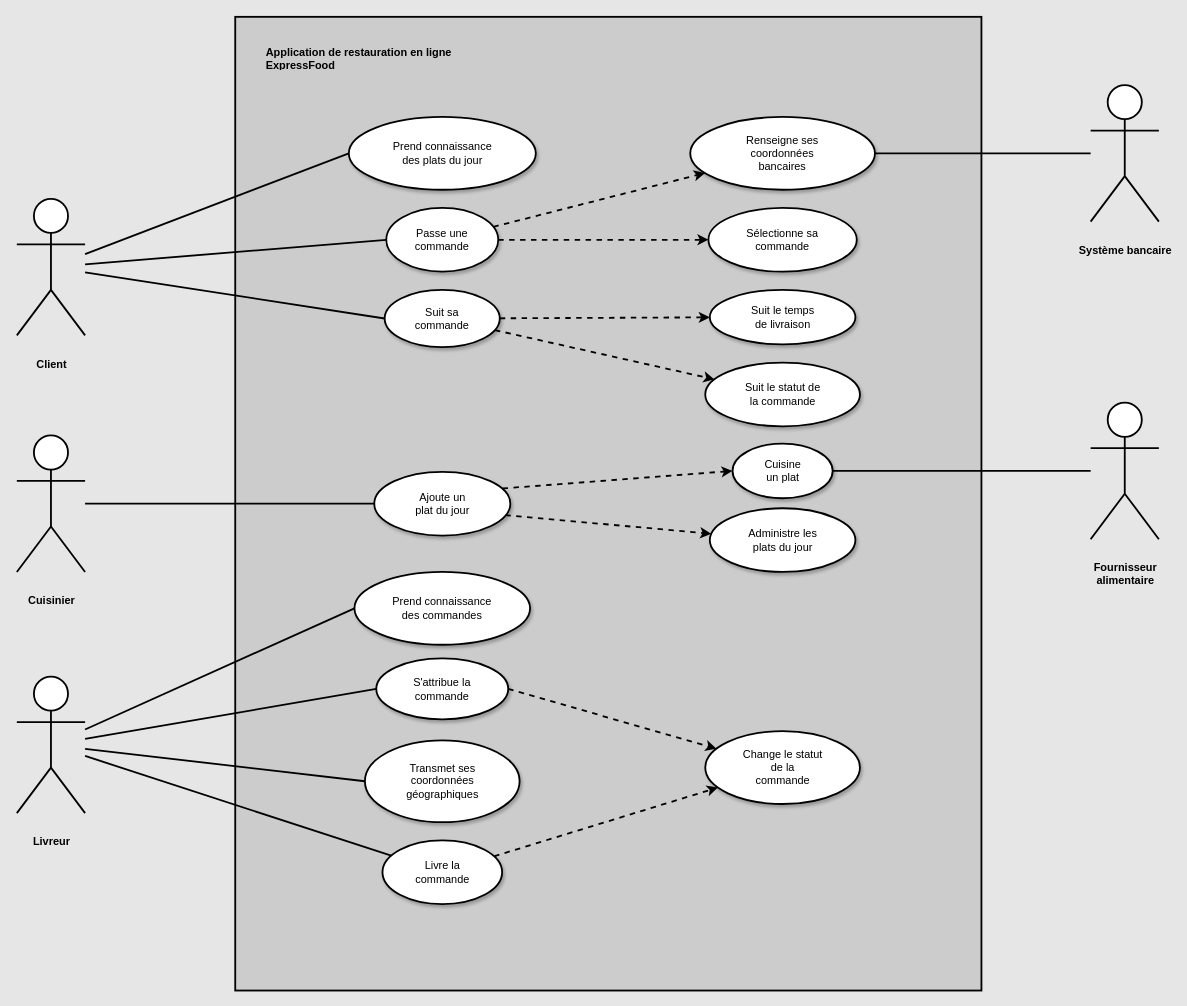
Earlier version of the draw.io diagram page "Diagramme de cas d'utilisation - Création d’une commande" (2 of 8) of P4_jourde_florian/P4_01_schémaUML/ExpressFood - Domain Driven Design.drawio (FlorianJourde/OpenClassrooms-3-Design-the-technical-solution-for-an-online-restaurant-application-ExpressFood). Source tidied: cells renumbered, new cells numbered last; positions are measured from the earlier drawing's top-left corner, leaving out a move shared by most shapes. Both pictures are drawn from the tidied source at 91%, with x=0, y=0 at pixel (16, 16).
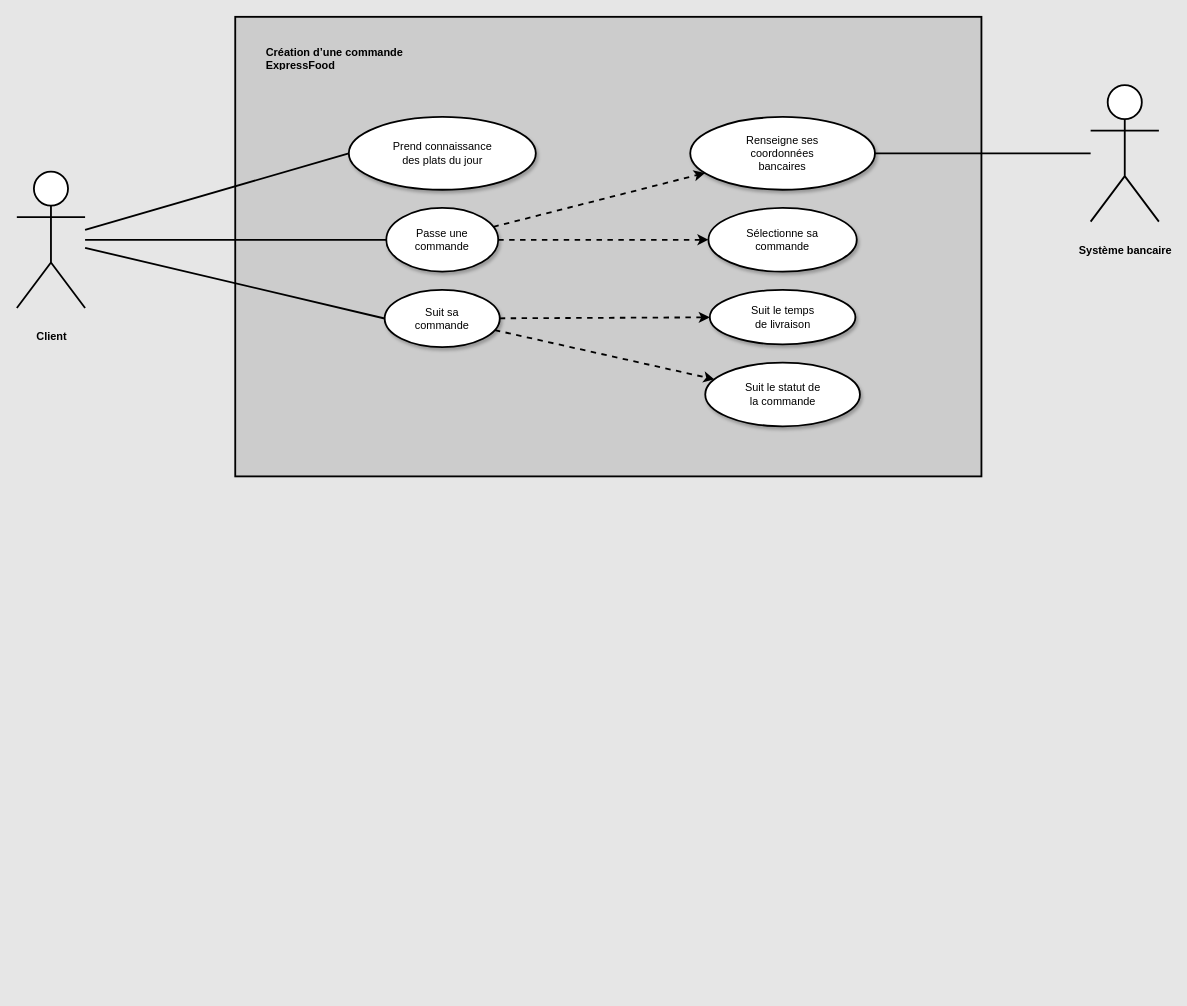
The same diagram, later.

The edit, as a diff of the source:
```diff
@@
     <mxCell id="2" style="rounded=0;whiteSpace=wrap;html=1;shadow=0;labelBackgroundColor=none;labelBorderColor=none;fontSize=12;fontColor=default;strokeWidth=2;fillColor=#CCCCCC;" parent="1" vertex="1">
-      <mxGeometry x="240" width="820" height="1070" as="geometry" />
+      <mxGeometry x="240" width="820" height="505" as="geometry" />
     </mxCell>
     <mxCell id="3" value="Client" style="shape=umlActor;verticalLabelPosition=bottom;verticalAlign=top;html=1;outlineConnect=0;fontSize=12;strokeWidth=2;spacing=20;align=center;fontStyle=1;" parent="1" vertex="1">
-      <mxGeometry y="200" width="75" height="150" as="geometry" />
+      <mxGeometry y="170" width="75" height="150" as="geometry" />
     </mxCell>
-    <mxCell id="4" value="Livreur" style="shape=umlActor;verticalLabelPosition=bottom;verticalAlign=top;html=1;outlineConnect=0;fontSize=12;strokeWidth=2;spacing=20;align=center;fontStyle=1;" parent="1" vertex="1">
-      <mxGeometry y="725" width="75" height="150" as="geometry" />
-    </mxCell>
-    <mxCell id="5" style="endArrow=none;html=1;rounded=0;fontSize=12;entryX=0;entryY=0.5;entryDx=0;entryDy=0;strokeWidth=2;spacing=40;align=center;verticalAlign=middle;" parent="1" edge="1" source="36" target="21">
-      <mxGeometry relative="1" as="geometry" />
-    </mxCell>
@@
-    <mxCell id="8" style="endArrow=none;html=1;rounded=0;fontSize=12;entryX=0;entryY=0.5;entryDx=0;entryDy=0;strokeWidth=2;spacing=40;align=center;verticalAlign=middle;" parent="1" edge="1" source="4" target="9">
-      <mxGeometry relative="1" as="geometry" />
-    </mxCell>
-    <mxCell id="9" value="&lt;span style=&quot;font-size: 12px;&quot;&gt;S'attribue la commande&lt;br style=&quot;font-size: 12px;&quot;&gt;&lt;/span&gt;" style="ellipse;whiteSpace=wrap;html=1;fontSize=12;spacing=2;strokeWidth=2;align=center;verticalAlign=middle;spacingTop=20;spacingBottom=20;spacingLeft=40;spacingRight=40;shadow=1;" parent="1" vertex="1">
-      <mxGeometry x="395" y="705" width="145" height="67" as="geometry" />
-    </mxCell>
@@
-    <mxCell id="12" value="Prend connaissance des commandes" style="ellipse;whiteSpace=wrap;html=1;fontSize=12;spacing=2;strokeWidth=2;align=center;verticalAlign=middle;spacingTop=20;spacingBottom=20;spacingLeft=40;spacingRight=40;shadow=1;" parent="1" vertex="1">
-      <mxGeometry x="371" y="610" width="193" height="80" as="geometry" />
-    </mxCell>
-    <mxCell id="13" style="endArrow=none;html=1;rounded=0;fontSize=12;entryX=0;entryY=0.5;entryDx=0;entryDy=0;strokeWidth=2;spacing=40;align=center;verticalAlign=middle;" parent="1" edge="1" source="4" target="12">
-      <mxGeometry relative="1" as="geometry" />
-    </mxCell>
-    <mxCell id="14" value="Transmet ses coordonnées géographiques" style="ellipse;whiteSpace=wrap;html=1;fontSize=12;spacing=2;strokeWidth=2;align=center;verticalAlign=middle;spacingTop=20;spacingBottom=20;spacingLeft=40;spacingRight=40;shadow=1;" parent="1" vertex="1">
-      <mxGeometry x="382.5" y="795" width="170" height="90" as="geometry" />
-    </mxCell>
-    <mxCell id="15" style="endArrow=none;html=1;rounded=0;fontSize=12;entryX=0;entryY=0.5;entryDx=0;entryDy=0;strokeWidth=2;spacing=40;align=center;verticalAlign=middle;" parent="1" edge="1" source="4" target="14">
-      <mxGeometry relative="1" as="geometry" />
-    </mxCell>
@@
-    <mxCell id="18" value="Change le statut de la commande" style="ellipse;fontSize=12;spacing=2;strokeWidth=2;align=center;verticalAlign=middle;spacingTop=20;spacingBottom=20;spacingLeft=40;spacingRight=40;shadow=1;whiteSpace=wrap;html=1;labelBorderColor=none;labelBackgroundColor=none;fillColor=default;fontColor=default;" parent="1" vertex="1">
-      <mxGeometry x="756.5" y="785" width="170" height="80" as="geometry" />
-    </mxCell>
-    <mxCell id="19" style="endArrow=classic;dashed=1;html=1;rounded=0;exitX=1;exitY=0.5;exitDx=0;exitDy=0;endFill=1;spacing=2;fontSize=12;strokeWidth=2;align=center;verticalAlign=middle;spacingTop=20;spacingBottom=20;spacingLeft=40;spacingRight=40;" parent="1" edge="1" source="9" target="18">
-      <mxGeometry relative="1" as="geometry" />
-    </mxCell>
-    <mxCell id="20" value="&lt;span style=&quot;font-size: 12px;&quot;&gt;Livre la commande&lt;/span&gt;" style="ellipse;whiteSpace=wrap;html=1;fontSize=12;spacing=2;strokeWidth=2;align=center;verticalAlign=middle;spacingTop=20;spacingBottom=20;spacingLeft=40;spacingRight=40;shadow=1;" parent="1" vertex="1">
-      <mxGeometry x="401.8" y="905" width="131.5" height="70" as="geometry" />
-    </mxCell>
-    <mxCell id="21" value="&lt;font style=&quot;font-size: 12px;&quot;&gt;Ajoute un plat du jour&lt;/font&gt;" style="ellipse;whiteSpace=wrap;html=1;fontSize=12;spacing=2;strokeWidth=2;align=center;verticalAlign=middle;spacingTop=20;spacingBottom=20;spacingLeft=40;spacingRight=40;shadow=1;" parent="1" vertex="1">
-      <mxGeometry x="392.8" y="500" width="149.5" height="70" as="geometry" />
-    </mxCell>
-    <mxCell id="22" value="Cuisine un plat&lt;br&gt;" style="ellipse;fontSize=12;spacing=2;strokeWidth=2;align=center;verticalAlign=middle;spacingTop=20;spacingBottom=20;spacingLeft=40;spacingRight=40;shadow=1;whiteSpace=wrap;html=1;labelBorderColor=none;labelBackgroundColor=none;fillColor=default;fontColor=default;" parent="1" vertex="1">
-      <mxGeometry x="786.5" y="469" width="110" height="60" as="geometry" />
-    </mxCell>
-    <mxCell id="23" value="Administre les plats du jour&lt;br&gt;" style="ellipse;fontSize=12;spacing=2;strokeWidth=2;align=center;verticalAlign=middle;spacingTop=20;spacingBottom=20;spacingLeft=40;spacingRight=40;shadow=1;whiteSpace=wrap;html=1;labelBorderColor=none;labelBackgroundColor=none;fillColor=default;fontColor=default;" parent="1" vertex="1">
-      <mxGeometry x="761.5" y="540" width="160" height="70" as="geometry" />
-    </mxCell>
-    <mxCell id="24" style="endArrow=classic;dashed=1;html=1;rounded=0;entryX=0;entryY=0.5;entryDx=0;entryDy=0;strokeWidth=2;endFill=1;exitX=0.943;exitY=0.261;exitDx=0;exitDy=0;exitPerimeter=0;spacing=2;fontSize=12;align=center;verticalAlign=middle;spacingTop=20;spacingBottom=20;spacingLeft=40;spacingRight=40;" parent="1" edge="1" source="21" target="22">
-      <mxGeometry relative="1" as="geometry" />
-    </mxCell>
-    <mxCell id="25" style="endArrow=classic;dashed=1;html=1;rounded=0;endFill=1;exitX=0.963;exitY=0.681;exitDx=0;exitDy=0;exitPerimeter=0;spacing=2;fontSize=12;strokeWidth=2;align=center;verticalAlign=middle;spacingTop=20;spacingBottom=20;spacingLeft=40;spacingRight=40;" parent="1" edge="1" source="21" target="23">
-      <mxGeometry relative="1" as="geometry" />
-    </mxCell>
@@
-    <mxCell id="34" style="endArrow=classic;dashed=1;html=1;rounded=0;endFill=1;spacing=2;fontSize=12;strokeWidth=2;align=center;verticalAlign=middle;spacingTop=20;spacingBottom=20;spacingLeft=40;spacingRight=40;" parent="1" edge="1" source="20" target="18">
-      <mxGeometry relative="1" as="geometry" />
-    </mxCell>
-    <mxCell id="35" style="endArrow=none;html=1;rounded=0;fontSize=12;strokeWidth=2;spacing=40;align=center;verticalAlign=middle;" parent="1" edge="1" source="4" target="20">
-      <mxGeometry relative="1" as="geometry" />
-    </mxCell>
-    <mxCell id="36" value="Cuisinier" style="shape=umlActor;verticalLabelPosition=bottom;verticalAlign=top;html=1;outlineConnect=0;fontSize=12;strokeWidth=2;spacing=20;align=center;fontStyle=1;" parent="1" vertex="1">
-      <mxGeometry y="460" width="75" height="150" as="geometry" />
-    </mxCell>
@@
-    <mxCell id="38" value="&lt;b&gt;Application de restauration en ligne&lt;br&gt;ExpressFood&lt;/b&gt;" style="text;strokeColor=none;fillColor=none;align=left;verticalAlign=middle;spacingLeft=4;spacingRight=4;overflow=hidden;shadow=1;labelBackgroundColor=none;labelBorderColor=none;fontSize=12;fontColor=#000000;html=1;" parent="1" vertex="1">
+    <mxCell id="38" value="&lt;b&gt;Création d’une commande&lt;/b&gt;&lt;br&gt;&lt;b&gt;ExpressFood&lt;/b&gt;" style="text;strokeColor=none;fillColor=none;align=left;verticalAlign=middle;spacingLeft=4;spacingRight=4;overflow=hidden;shadow=1;labelBackgroundColor=none;labelBorderColor=none;fontSize=12;fontColor=#000000;html=1;" parent="1" vertex="1">
       <mxGeometry x="267.5" y="30" width="440" height="30" as="geometry" />
     </mxCell>
-    <mxCell id="39" value="Fournisseur&lt;br&gt;alimentaire" style="shape=umlActor;verticalLabelPosition=bottom;verticalAlign=top;html=1;outlineConnect=0;fontSize=12;strokeWidth=2;spacing=20;align=center;fontStyle=1;" parent="1" vertex="1">
-      <mxGeometry x="1180" y="424" width="75" height="150" as="geometry" />
-    </mxCell>
-    <mxCell id="40" style="endArrow=none;html=1;rounded=0;shadow=0;fontSize=12;fontColor=default;strokeColor=default;strokeWidth=2;" parent="1" edge="1" source="22" target="39">
-      <mxGeometry relative="1" as="geometry" />
-    </mxCell>
```
